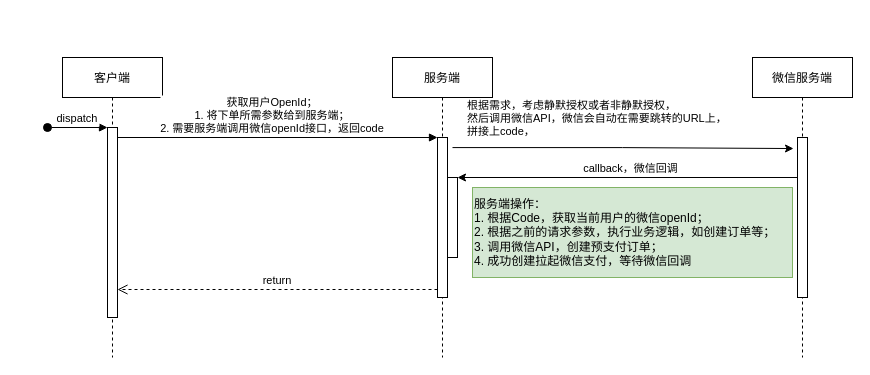
lints123/draw_project keeps this draw.io diagram as 微信支付.drawio. Above is the earlier version. Source tidied: cells renumbered, new cells numbered last; positions are measured from the earlier drawing's top-left corner, leaving out a move shared by most shapes. Both pictures are drawn from the tidied source at 100%, with x=0, y=0 at pixel (47, 57).
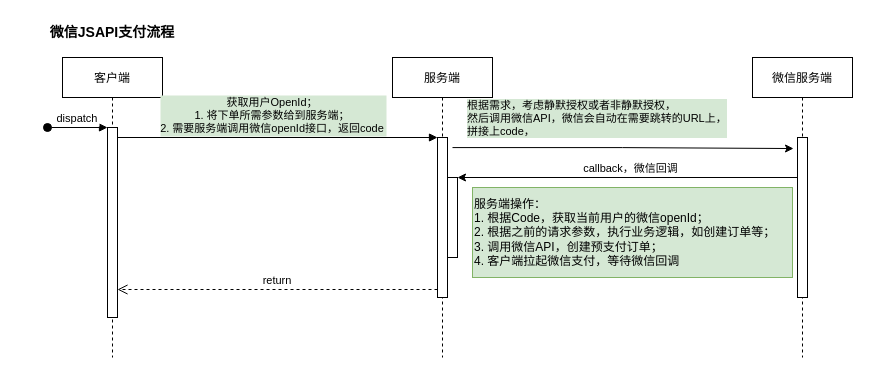
Above is the later version.

Commit message:
更新微信支付.drawio

The change refers to these unchanged cells:
```xml
<mxCell id="3" style="points=[];perimeter=orthogonalPerimeter;rounded=0;shadow=0;strokeWidth=1;" parent="2" vertex="1">
  <mxGeometry x="45" y="70" width="10" height="190" as="geometry" />
</mxCell>
<mxCell id="6" style="points=[];perimeter=orthogonalPerimeter;rounded=0;shadow=0;strokeWidth=1;" parent="5" vertex="1">
  <mxGeometry x="45" y="80" width="10" height="160" as="geometry" />
</mxCell>
<mxCell id="14" style="edgeStyle=orthogonalEdgeStyle;rounded=0;jettySize=auto;html=1;exitX=1.5;exitY=0.063;exitDx=0;exitDy=0;exitPerimeter=0;entryX=-0.4;entryY=0.069;entryDx=0;entryDy=0;entryPerimeter=0;" parent="1" edge="1" source="6" target="13">
  <mxGeometry relative="1" as="geometry" />
</mxCell>
```

Change to the diagram source:
```diff
@@
-    <mxCell id="11" value="获取用户OpenId；&#10;1. 将下单所需参数给到服务端；&#10;2. 需要服务端调用微信openId接口，返回code" style="verticalAlign=bottom;endArrow=block;entryX=0;entryY=0;shadow=0;strokeWidth=1;align=center;" parent="1" edge="1" source="3" target="6">
+    <mxCell id="11" value="获取用户OpenId；&#10;1. 将下单所需参数给到服务端；&#10;2. 需要服务端调用微信openId接口，返回code" style="verticalAlign=bottom;endArrow=block;entryX=0;entryY=0;shadow=0;strokeWidth=1;align=center;labelBackgroundColor=#d5e8d4;" parent="1" edge="1" source="3" target="6">
       <mxGeometry x="-0.03" relative="1" as="geometry" />
     </mxCell>
@@
-    <mxCell id="15" value="根据需求，考虑静默授权或者非静默授权，&lt;br&gt;然后调用微信API，微信会自动在需要跳转的URL上，&lt;br&gt;拼接上code，" style="edgeLabel;html=1;align=left;verticalAlign=middle;" parent="14" vertex="1">
+    <mxCell id="15" value="根据需求，考虑静默授权或者非静默授权，&lt;br&gt;然后调用微信API，微信会自动在需要跳转的URL上，&lt;br&gt;拼接上code，" style="edgeLabel;html=1;align=left;verticalAlign=middle;labelBackgroundColor=#d5e8d4;" parent="14" vertex="1">
       <mxGeometry x="-0.87" relative="1" as="geometry">
         <mxPoint x="-9" y="-30" as="offset" />
       </mxGeometry>
     </mxCell>
-    <mxCell id="16" value="服务端操作：&lt;br&gt;1. 根据Code，获取当前用户的微信openId；&lt;br&gt;2. 根据之前的请求参数，执行业务逻辑，如创建订单等；&lt;br&gt;3. 调用微信API，创建预支付订单；&lt;br&gt;4. 成功创建拉起微信支付，等待微信回调" style="text;html=1;align=left;verticalAlign=middle;strokeColor=#82b366;fillColor=#d5e8d4;" parent="1" vertex="1">
+    <mxCell id="16" value="服务端操作：&lt;br&gt;1. 根据Code，获取当前用户的微信openId；&lt;br&gt;2. 根据之前的请求参数，执行业务逻辑，如创建订单等；&lt;br&gt;3. 调用微信API，创建预支付订单；&lt;br&gt;4. 客户端拉起微信支付，等待微信回调" style="text;html=1;align=left;verticalAlign=middle;strokeColor=#82b366;fillColor=#d5e8d4;" parent="1" vertex="1">
       <mxGeometry x="425" y="130" width="320" height="90" as="geometry" />
     </mxCell>
+    <mxCell id="17" value="微信JSAPI支付流程" style="text;html=1;strokeColor=none;fillColor=none;align=center;verticalAlign=middle;whiteSpace=wrap;rounded=0;fontStyle=1;fontSize=14;" parent="1" vertex="1">
+      <mxGeometry x="-30" y="-40" width="190" height="30" as="geometry" />
+    </mxCell>
```
